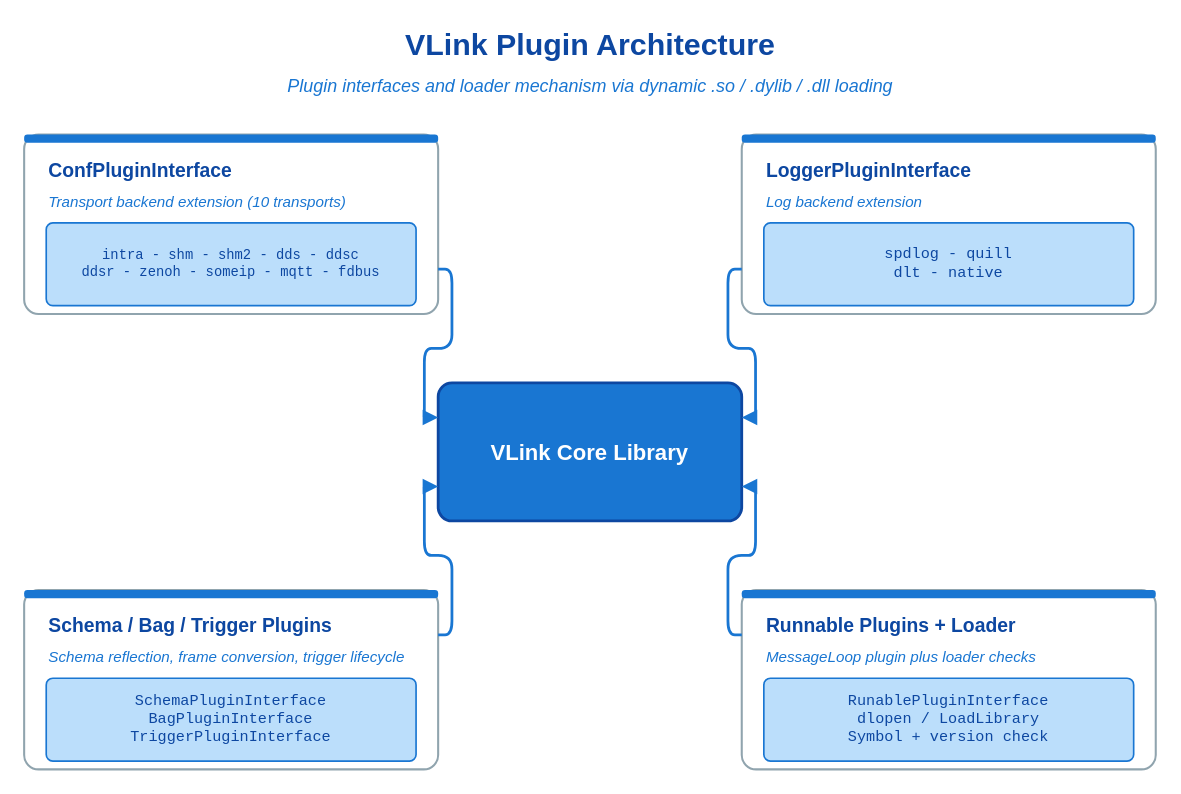
Earlier version of the draw.io diagram doc/images/plugin-architecture.drawio (thun-res/vlink). Source tidied: cells renumbered, new cells numbered last; positions are measured from the earlier drawing's top-left corner, leaving out a move shared by most shapes. Both pictures are drawn from the tidied source at 138%, with x=0, y=0 at pixel (23, 23).
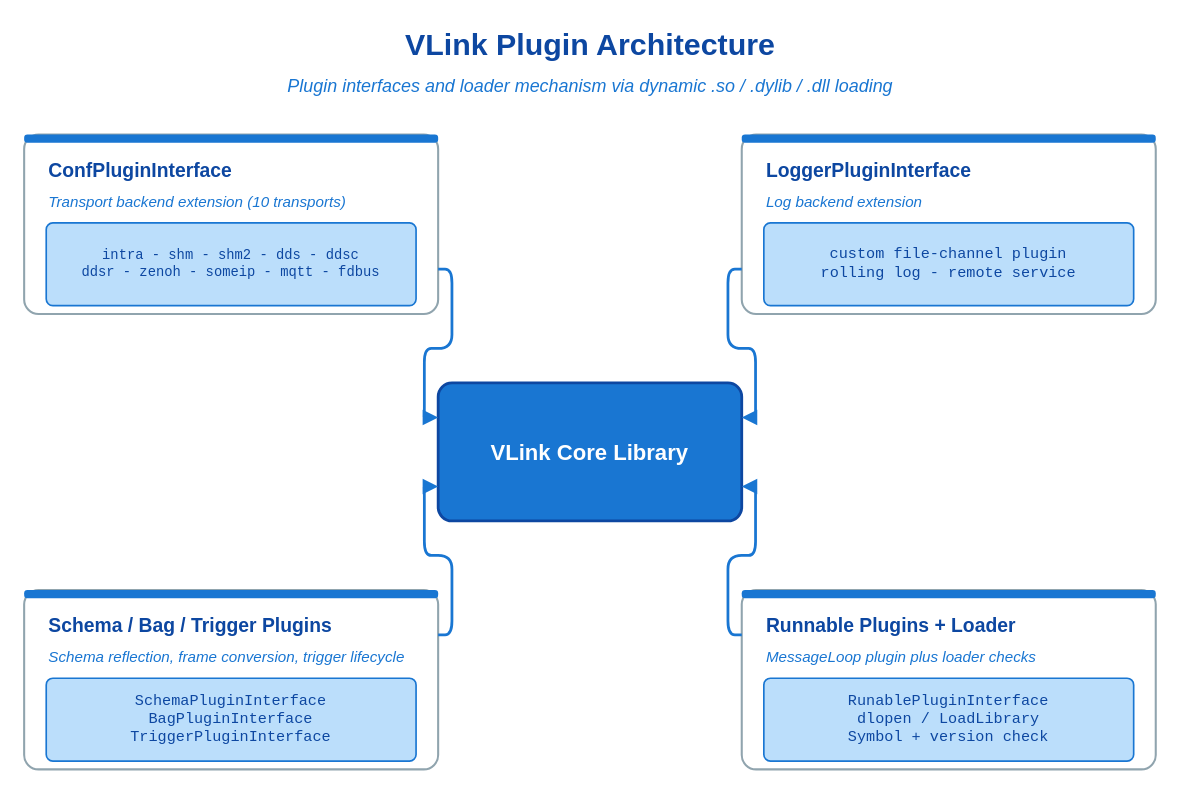
The same page after the edit.

The edit, as a diff of the source:
```diff
@@
-    <mxCell id="14" value="spdlog  -  quill&#10;dlt  -  native" style="rounded=1;whiteSpace=wrap;html=1;fillColor=#bbdefb;strokeColor=#1976d2;strokeWidth=1.2;arcSize=8;fontFamily=Courier New;fontSize=11;fontColor=#0d47a1;align=center;" parent="1" vertex="1">
+    <mxCell id="14" value="custom file-channel plugin&#10;rolling log  -  remote service" style="rounded=1;whiteSpace=wrap;html=1;fillColor=#bbdefb;strokeColor=#1976d2;strokeWidth=1.2;arcSize=8;fontFamily=Courier New;fontSize=11;fontColor=#0d47a1;align=center;" parent="1" vertex="1">
       <mxGeometry x="536" y="144" width="268" height="60" as="geometry" />
     </mxCell>
```
